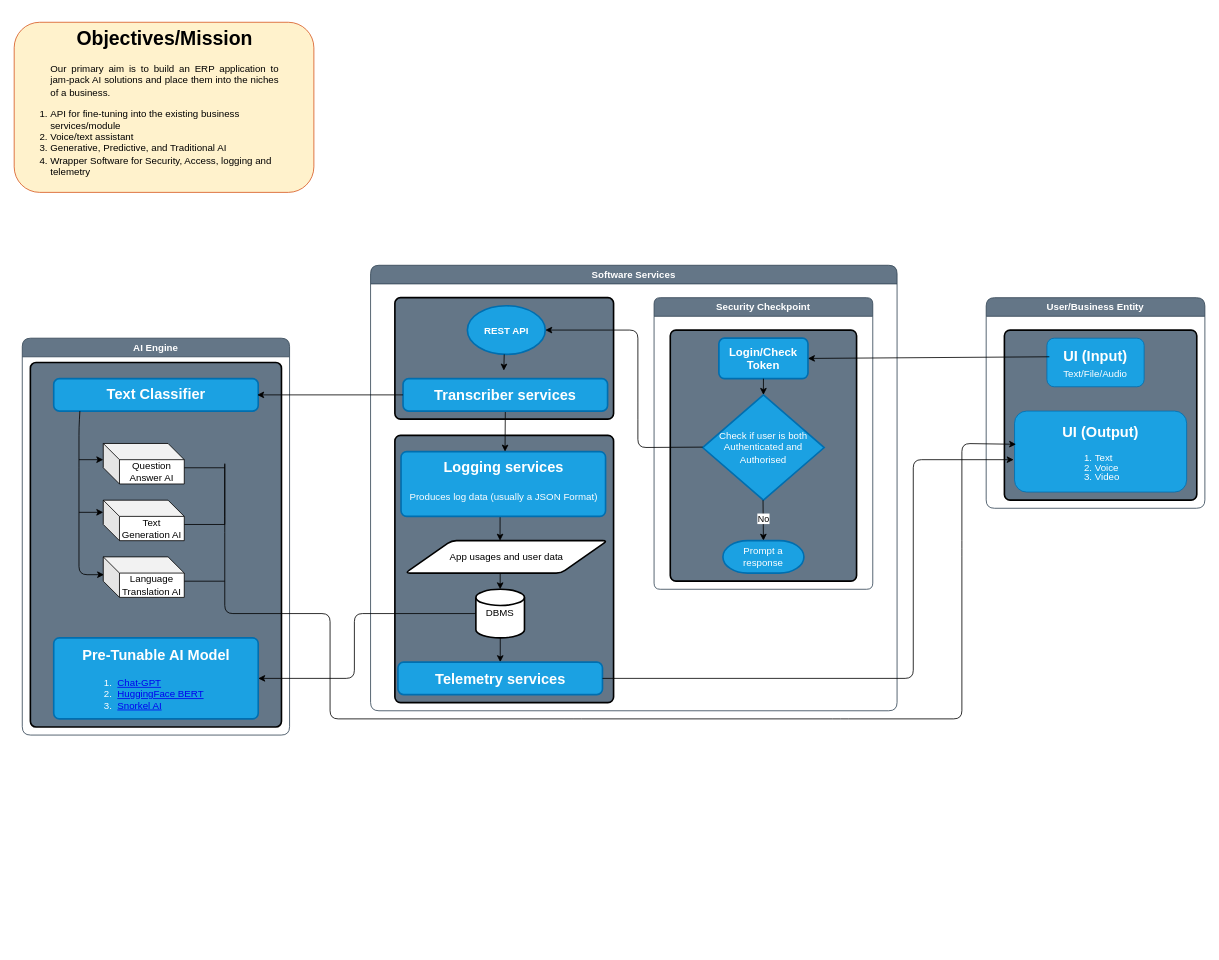
Before: System-Design.drawio in Pramosh-Sursa/AI-POC, a draw.io diagram. Source tidied: cells renumbered, new cells numbered last; positions are measured from the earlier drawing's top-left corner, leaving out a move shared by most shapes. Both pictures are drawn from the tidied source at 81%, with x=0, y=0 at pixel (14, 22).
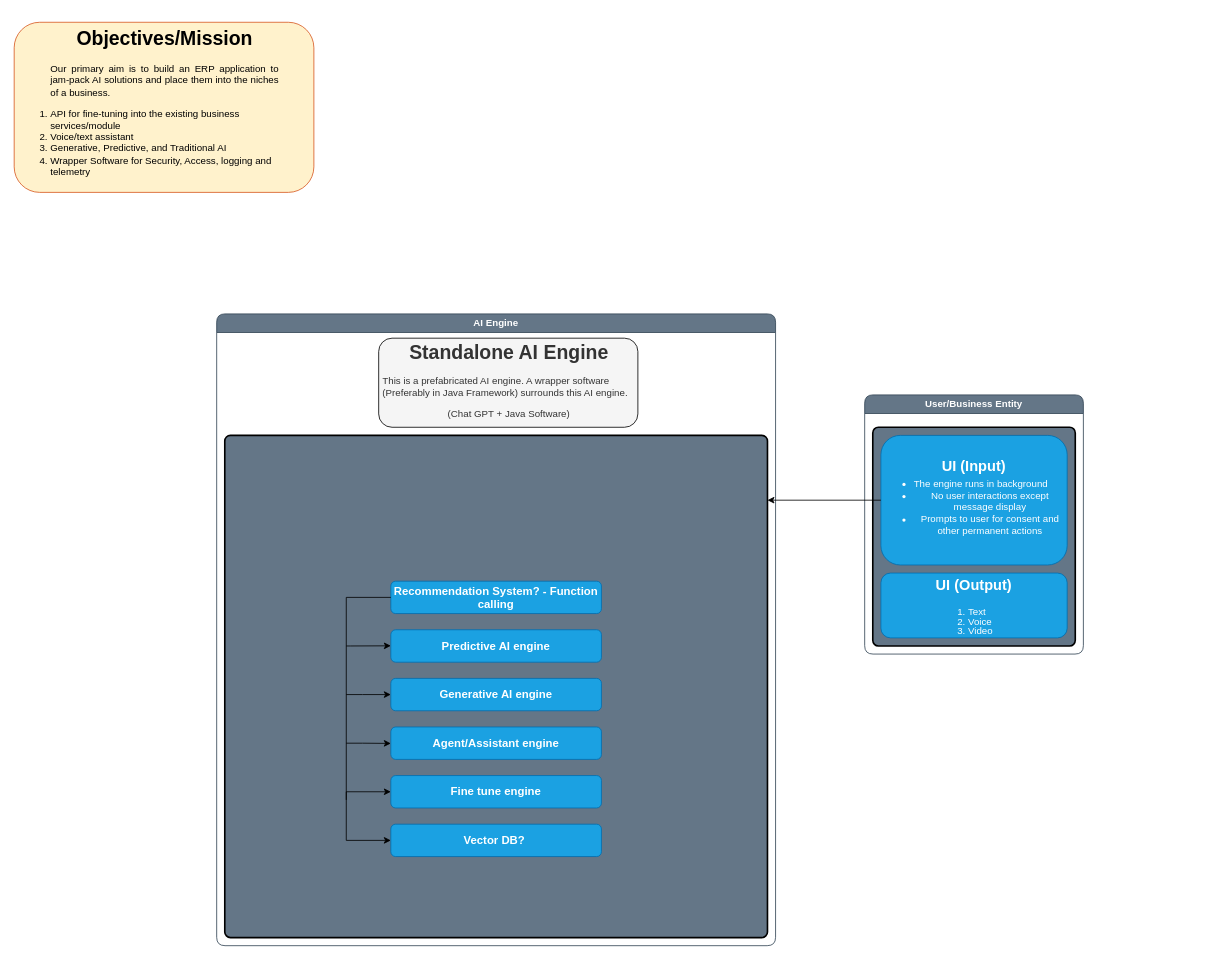
After the change.

Commit message:
Standalone AI engine

Change to the diagram source:
```diff
@@
     <mxCell id="2" value="&lt;div&gt;AI Engine&lt;/div&gt;" style="swimlane;whiteSpace=wrap;html=1;rounded=1;fillColor=#647687;fontColor=#ffffff;strokeColor=#314354;glass=0;fillStyle=auto;gradientColor=none;" parent="1" vertex="1">
-      <mxGeometry x="10" y="390" width="330" height="490" as="geometry" />
+      <mxGeometry x="250" y="360" width="690" height="780" as="geometry" />
     </mxCell>
     <mxCell id="3" style="rounded=1;whiteSpace=wrap;html=1;absoluteArcSize=1;arcSize=14;strokeWidth=2;fillColor=#647687;" parent="2" vertex="1">
-      <mxGeometry x="10" y="30" width="310" height="450" as="geometry" />
+      <mxGeometry x="10" y="150" width="670" height="620" as="geometry" />
     </mxCell>
-    <mxCell id="4" value="&lt;p style=&quot;line-height: 120%;&quot;&gt;&lt;/p&gt;&lt;h2 style=&quot;line-height: 120%;&quot;&gt;Text Classifier&lt;br&gt;&lt;/h2&gt;&lt;p&gt;&lt;/p&gt;" style="rounded=1;whiteSpace=wrap;html=1;absoluteArcSize=1;arcSize=14;strokeWidth=2;fillColor=#1ba1e2;fontColor=#ffffff;strokeColor=#006EAF;" parent="2" vertex="1">
-      <mxGeometry x="38.8" y="50" width="252.5" height="40" as="geometry" />
-    </mxCell>
-    <mxCell id="5" value="&lt;h2&gt;Pre-Tunable AI Model&lt;/h2&gt;&lt;div align=&quot;left&quot;&gt;&lt;ol&gt;&lt;li&gt;&amp;nbsp;&lt;a href=&quot;https://platform.openai.com/docs/guides/fine-tuning&quot;&gt;Chat-GPT&lt;/a&gt;&lt;/li&gt;&lt;li&gt;&amp;nbsp;&lt;a href=&quot;https://huggingface.co/distilbert-base-uncased&quot;&gt;HuggingFace BERT&lt;/a&gt;&lt;/li&gt;&lt;li&gt;&amp;nbsp;&lt;a href=&quot;https://snorkel.ai/snorkel-flow/model-training/&quot;&gt;Snorkel AI&lt;/a&gt;&lt;br&gt;&lt;/li&gt;&lt;/ol&gt;&lt;/div&gt;" style="rounded=1;whiteSpace=wrap;html=1;absoluteArcSize=1;arcSize=14;strokeWidth=2;fillColor=#1ba1e2;fontColor=#ffffff;strokeColor=#006EAF;" parent="2" vertex="1">
-      <mxGeometry x="38.8" y="370" width="252.5" height="100" as="geometry" />
-    </mxCell>
-    <mxCell id="6" value="Question Answer AI" style="shape=cube;whiteSpace=wrap;html=1;boundedLbl=1;backgroundOutline=1;darkOpacity=0.05;darkOpacity2=0.1;" parent="2" vertex="1">
-      <mxGeometry x="100" y="130" width="100" height="50" as="geometry" />
-    </mxCell>
-    <mxCell id="7" value="Text Generation AI" style="shape=cube;whiteSpace=wrap;html=1;boundedLbl=1;backgroundOutline=1;darkOpacity=0.05;darkOpacity2=0.1;" parent="2" vertex="1">
-      <mxGeometry x="100" y="200" width="100" height="50" as="geometry" />
-    </mxCell>
-    <mxCell id="8" style="endArrow=classic;html=1;rounded=1;exitX=0.128;exitY=1;exitDx=0;exitDy=0;exitPerimeter=0;entryX=0.01;entryY=0.44;entryDx=0;entryDy=0;entryPerimeter=0;" parent="2" edge="1" source="4" target="12">
-      <mxGeometry relative="1" as="geometry">
-        <Array as="points">
-          <mxPoint x="70" y="110" />
-          <mxPoint x="70" y="170" />
-          <mxPoint x="70" y="292" />
-        </Array>
-      </mxGeometry>
-    </mxCell>
-    <mxCell id="9" style="endArrow=classic;html=1;rounded=0;" parent="2" edge="1">
-      <mxGeometry relative="1" as="geometry">
-        <mxPoint x="70" y="150" as="sourcePoint" />
-        <mxPoint x="100" y="150" as="targetPoint" />
-      </mxGeometry>
-    </mxCell>
-    <mxCell id="10" style="endArrow=none;html=1;rounded=0;" parent="2" edge="1">
-      <mxGeometry relative="1" as="geometry">
-        <mxPoint x="200" y="160" as="sourcePoint" />
-        <mxPoint x="250" y="160" as="targetPoint" />
-      </mxGeometry>
-    </mxCell>
-    <mxCell id="11" style="endArrow=none;html=1;rounded=0;" parent="2" edge="1">
-      <mxGeometry relative="1" as="geometry">
-        <mxPoint x="200" y="230" as="sourcePoint" />
-        <mxPoint x="250" y="230" as="targetPoint" />
-      </mxGeometry>
-    </mxCell>
-    <mxCell id="12" value="Language Translation AI" style="shape=cube;whiteSpace=wrap;html=1;boundedLbl=1;backgroundOutline=1;darkOpacity=0.05;darkOpacity2=0.1;" parent="2" vertex="1">
-      <mxGeometry x="100" y="270" width="100" height="50" as="geometry" />
-    </mxCell>
-    <mxCell id="13" style="endArrow=classic;html=1;rounded=0;entryX=0;entryY=0;entryDx=0;entryDy=15;entryPerimeter=0;" parent="2" edge="1" target="7">
-      <mxGeometry relative="1" as="geometry">
-        <mxPoint x="70" y="215" as="sourcePoint" />
-      </mxGeometry>
-    </mxCell>
-    <mxCell id="14" style="endArrow=none;html=1;rounded=0;" parent="2" edge="1">
-      <mxGeometry relative="1" as="geometry">
-        <mxPoint x="200" y="300" as="sourcePoint" />
-        <mxPoint x="250" y="300" as="targetPoint" />
-      </mxGeometry>
-    </mxCell>
+    <mxCell id="49" value="&lt;h1 style=&quot;line-height: 100%;&quot; align=&quot;center&quot;&gt;Standalone AI Engine&lt;br&gt;&lt;/h1&gt;&lt;p style=&quot;line-height: 120%;&quot;&gt;This is a prefabricated AI engine. A wrapper software (Preferably in Java Framework) surrounds this AI engine.&lt;/p&gt;&lt;p style=&quot;line-height: 120%;&quot;&gt;&lt;/p&gt;&lt;div align=&quot;center&quot;&gt;(Chat GPT + Java Software)&lt;br&gt;&lt;/div&gt;&lt;p&gt;&lt;br&gt;&lt;/p&gt;&lt;p style=&quot;line-height: 120%;&quot;&gt;&lt;/p&gt;" style="text;html=1;strokeColor=#000000;fillColor=#f5f5f5;spacing=5;spacingTop=-20;whiteSpace=wrap;overflow=hidden;rounded=1;fontColor=#333333;glass=0;shadow=0;" parent="2" vertex="1">
+      <mxGeometry x="200" y="30" width="320" height="110" as="geometry" />
+    </mxCell>
+    <mxCell id="50" value="&lt;h3&gt;Recommendation System? - Function calling&lt;br&gt;&lt;/h3&gt;" style="rounded=1;whiteSpace=wrap;html=1;fillColor=#1ba1e2;fontColor=#ffffff;strokeColor=#006EAF;" parent="2" vertex="1">
+      <mxGeometry x="215" y="330" width="260" height="40" as="geometry" />
+    </mxCell>
+    <mxCell id="51" value="&lt;h3&gt;Predictive AI engine&lt;/h3&gt;" style="rounded=1;whiteSpace=wrap;html=1;fillColor=#1ba1e2;fontColor=#ffffff;strokeColor=#006EAF;" parent="2" vertex="1">
+      <mxGeometry x="215" y="390" width="260" height="40" as="geometry" />
+    </mxCell>
+    <mxCell id="52" value="&lt;h3&gt;Generative AI engine&lt;/h3&gt;" style="rounded=1;whiteSpace=wrap;html=1;fillColor=#1ba1e2;fontColor=#ffffff;strokeColor=#006EAF;" parent="2" vertex="1">
+      <mxGeometry x="215" y="450" width="260" height="40" as="geometry" />
+    </mxCell>
+    <mxCell id="53" value="&lt;h3&gt;Agent/Assistant engine&lt;/h3&gt;" style="rounded=1;whiteSpace=wrap;html=1;fillColor=#1ba1e2;fontColor=#ffffff;strokeColor=#006EAF;" parent="2" vertex="1">
+      <mxGeometry x="215" y="510" width="260" height="40" as="geometry" />
+    </mxCell>
+    <mxCell id="54" value="&lt;h3&gt;Fine tune engine&lt;/h3&gt;" style="rounded=1;whiteSpace=wrap;html=1;fillColor=#1ba1e2;fontColor=#ffffff;strokeColor=#006EAF;" parent="2" vertex="1">
+      <mxGeometry x="215" y="570" width="260" height="40" as="geometry" />
+    </mxCell>
+    <mxCell id="55" value="&lt;h3&gt;Vector DB?&amp;nbsp; &lt;br&gt;&lt;/h3&gt;" style="rounded=1;whiteSpace=wrap;html=1;fillColor=#1ba1e2;fontColor=#ffffff;strokeColor=#006EAF;" parent="2" vertex="1">
+      <mxGeometry x="215" y="630" width="260" height="40" as="geometry" />
+    </mxCell>
+    <mxCell id="56" style="endArrow=classic;html=1;rounded=0;edgeStyle=orthogonalEdgeStyle;entryX=0;entryY=0.5;entryDx=0;entryDy=0;shadow=0;" parent="2" edge="1" target="55">
+      <mxGeometry relative="1" as="geometry">
+        <mxPoint x="215" y="350" as="sourcePoint" />
+        <Array as="points">
+          <mxPoint x="160" y="350" />
+          <mxPoint x="160" y="650" />
+        </Array>
+      </mxGeometry>
+    </mxCell>
+    <mxCell id="57" style="endArrow=classic;html=1;rounded=0;edgeStyle=orthogonalEdgeStyle;" parent="2" edge="1">
+      <mxGeometry relative="1" as="geometry">
+        <mxPoint x="160" y="410" as="sourcePoint" />
+        <mxPoint x="215" y="409.8" as="targetPoint" />
+        <Array as="points">
+          <mxPoint x="165" y="409.8" />
+          <mxPoint x="165" y="409.8" />
+        </Array>
+      </mxGeometry>
+    </mxCell>
+    <mxCell id="58" style="endArrow=classic;html=1;rounded=0;edgeStyle=orthogonalEdgeStyle;entryX=0;entryY=0.5;entryDx=0;entryDy=0;" parent="2" edge="1" target="52">
+      <mxGeometry relative="1" as="geometry">
+        <mxPoint x="160" y="470" as="sourcePoint" />
+        <Array as="points">
+          <mxPoint x="180" y="470" />
+          <mxPoint x="180" y="470" />
+        </Array>
+      </mxGeometry>
+    </mxCell>
+    <mxCell id="59" style="endArrow=classic;html=1;rounded=0;edgeStyle=orthogonalEdgeStyle;entryX=0;entryY=0.5;entryDx=0;entryDy=0;" parent="2" edge="1">
+      <mxGeometry relative="1" as="geometry">
+        <mxPoint x="160" y="530" as="sourcePoint" />
+        <mxPoint x="215" y="530.3" as="targetPoint" />
+        <Array as="points">
+          <mxPoint x="180" y="529.3" />
+        </Array>
+      </mxGeometry>
+    </mxCell>
+    <mxCell id="60" style="endArrow=classic;html=1;rounded=0;edgeStyle=orthogonalEdgeStyle;entryX=0;entryY=0.5;entryDx=0;entryDy=0;" parent="2" edge="1" target="54">
+      <mxGeometry relative="1" as="geometry">
+        <mxPoint x="160" y="600" as="sourcePoint" />
+        <Array as="points">
+          <mxPoint x="160" y="590" />
+        </Array>
+      </mxGeometry>
+    </mxCell>
@@
     <mxCell id="16" value="User/Business Entity" style="swimlane;whiteSpace=wrap;html=1;rounded=1;fillColor=#647687;fontColor=#ffffff;strokeColor=#314354;" parent="1" vertex="1">
-      <mxGeometry x="1200" y="340" width="270" height="260" as="geometry" />
+      <mxGeometry x="1050" y="460" width="270" height="320" as="geometry" />
     </mxCell>
     <mxCell id="17" style="rounded=1;whiteSpace=wrap;html=1;absoluteArcSize=1;arcSize=14;strokeWidth=2;fillColor=#647687;" parent="16" vertex="1">
-      <mxGeometry x="22.5" y="40" width="237.5" height="210" as="geometry" />
+      <mxGeometry x="10" y="40" width="250" height="270" as="geometry" />
     </mxCell>
-    <mxCell id="18" value="&lt;h2 style=&quot;line-height: 0%;&quot;&gt;UI (Input)&lt;/h2&gt;&lt;div style=&quot;&quot;&gt;Text/File/Audio&lt;br&gt;&lt;/div&gt;" style="rounded=1;whiteSpace=wrap;html=1;fillColor=#1ba1e2;fontColor=#ffffff;strokeColor=#006EAF;" parent="16" vertex="1">
-      <mxGeometry x="75" y="50" width="120" height="60" as="geometry" />
+    <mxCell id="18" value="&lt;h2 style=&quot;line-height: 0%;&quot;&gt;UI (Input)&lt;/h2&gt;&lt;div&gt;&lt;ul&gt;&lt;li&gt;&lt;div align=&quot;left&quot;&gt;The engine runs in background&lt;/div&gt;&lt;/li&gt;&lt;li&gt;No user interactions except message display&lt;br&gt;&lt;/li&gt;&lt;li&gt;Prompts to user for consent and other permanent actions&lt;br&gt;&lt;/li&gt;&lt;/ul&gt;&lt;/div&gt;" style="rounded=1;whiteSpace=wrap;html=1;fillColor=#1ba1e2;fontColor=#ffffff;strokeColor=#006EAF;" parent="16" vertex="1">
+      <mxGeometry x="20" y="50" width="230" height="160" as="geometry" />
     </mxCell>
     <mxCell id="19" value="&lt;p style=&quot;line-height: 120%;&quot;&gt;&lt;/p&gt;&lt;h2&gt;UI (Output)&lt;/h2&gt;&lt;div align=&quot;left&quot;&gt;&lt;ol style=&quot;line-height: 100%;&quot;&gt;&lt;li&gt;Text&lt;/li&gt;&lt;li&gt;Voice&lt;/li&gt;&lt;li&gt;Video&lt;/li&gt;&lt;/ol&gt;&lt;/div&gt;&lt;p&gt;&lt;/p&gt;" style="rounded=1;whiteSpace=wrap;html=1;fillColor=#1ba1e2;fontColor=#ffffff;strokeColor=#006EAF;" parent="16" vertex="1">
-      <mxGeometry x="35" y="140" width="212.5" height="100" as="geometry" />
+      <mxGeometry x="20" y="220" width="230" height="80" as="geometry" />
     </mxCell>
-    <mxCell id="20" style="endArrow=classic;html=1;rounded=1;entryX=0.009;entryY=0.41;entryDx=0;entryDy=0;entryPerimeter=0;" parent="1" edge="1" target="19">
-      <mxGeometry relative="1" as="geometry">
-        <mxPoint x="260" y="620" as="sourcePoint" />
-        <Array as="points">
-          <mxPoint x="260" y="540" />
-          <mxPoint x="260" y="620" />
-          <mxPoint x="260" y="730" />
-          <mxPoint x="390" y="730" />
-          <mxPoint x="390" y="860" />
-          <mxPoint x="690" y="860" />
-          <mxPoint x="1020" y="860" />
-          <mxPoint x="1170" y="860" />
-          <mxPoint x="1170" y="650" />
-          <mxPoint x="1170" y="520" />
-        </Array>
-      </mxGeometry>
-    </mxCell>
-    <mxCell id="21" value="Software Services" style="swimlane;whiteSpace=wrap;html=1;rounded=1;fillColor=#647687;fontColor=#ffffff;strokeColor=#314354;glass=0;fillStyle=auto;gradientColor=none;" parent="1" vertex="1">
-      <mxGeometry x="440" y="300" width="650" height="550" as="geometry" />
-    </mxCell>
-    <mxCell id="22" style="rounded=1;whiteSpace=wrap;html=1;absoluteArcSize=1;arcSize=14;strokeWidth=2;fillColor=#647687;" parent="21" vertex="1">
-      <mxGeometry x="30" y="40" width="270" height="150" as="geometry" />
-    </mxCell>
-    <mxCell id="23" value="&lt;h3 style=&quot;line-height: 0%;&quot;&gt;&lt;b&gt;&lt;font style=&quot;font-size: 12px;&quot;&gt;REST API&lt;/font&gt;&lt;/b&gt;&lt;/h3&gt;" style="strokeWidth=2;html=1;shape=mxgraph.flowchart.start_1;whiteSpace=wrap;rounded=1;fillColor=#1ba1e2;fontColor=#ffffff;strokeColor=#006EAF;" parent="21" vertex="1">
-      <mxGeometry x="119.5" y="50" width="96.2" height="60" as="geometry" />
-    </mxCell>
-    <mxCell id="24" value="Security Checkpoint" style="swimlane;whiteSpace=wrap;html=1;rounded=1;fillColor=#647687;fontColor=#ffffff;strokeColor=#314354;arcSize=11;" parent="21" vertex="1">
-      <mxGeometry x="350" y="40" width="270" height="360" as="geometry" />
-    </mxCell>
-    <mxCell id="25" style="edgeStyle=orthogonalEdgeStyle;rounded=1;jettySize=auto;html=1;" parent="24" edge="1" source="27" target="28">
-      <mxGeometry relative="1" as="geometry" />
-    </mxCell>
-    <mxCell id="26" style="rounded=1;whiteSpace=wrap;html=1;absoluteArcSize=1;arcSize=14;strokeWidth=2;fillColor=#647687;" parent="24" vertex="1">
-      <mxGeometry x="20" y="40" width="230" height="310" as="geometry" />
-    </mxCell>
-    <mxCell id="27" value="&lt;h3&gt;Login/Check Token&lt;/h3&gt;" style="rounded=1;whiteSpace=wrap;html=1;absoluteArcSize=1;arcSize=14;strokeWidth=2;fillColor=#1ba1e2;fontColor=#ffffff;strokeColor=#006EAF;" parent="24" vertex="1">
-      <mxGeometry x="80" y="50" width="110" height="50" as="geometry" />
-    </mxCell>
-    <mxCell id="28" value="&lt;div&gt;Check if user is both&lt;br&gt;&lt;/div&gt;&lt;div&gt;Authenticated and Authorised&lt;br&gt;&lt;/div&gt;" style="strokeWidth=2;html=1;shape=mxgraph.flowchart.decision;whiteSpace=wrap;rounded=1;fillColor=#1ba1e2;fontColor=#ffffff;strokeColor=#006EAF;" parent="24" vertex="1">
-      <mxGeometry x="60" y="120" width="150" height="130" as="geometry" />
-    </mxCell>
-    <mxCell id="29" style="endArrow=classic;html=1;rounded=1;entryX=0.5;entryY=0;entryDx=0;entryDy=0;entryPerimeter=0;" parent="24" edge="1" target="31">
-      <mxGeometry relative="1" as="geometry">
-        <mxPoint x="134.5" y="250" as="sourcePoint" />
-      </mxGeometry>
-    </mxCell>
-    <mxCell id="30" value="&lt;div&gt;No&lt;/div&gt;" style="edgeLabel;html=1;align=center;verticalAlign=middle;" parent="29" vertex="1">
-      <mxGeometry x="-0.14" y="-2" relative="1" as="geometry">
-        <mxPoint x="2" as="offset" />
-      </mxGeometry>
-    </mxCell>
-    <mxCell id="31" value="&lt;div&gt;Prompt a response&lt;/div&gt;" style="strokeWidth=2;html=1;shape=mxgraph.flowchart.terminator;whiteSpace=wrap;rounded=1;fillColor=#1ba1e2;fontColor=#ffffff;strokeColor=#006EAF;" parent="24" vertex="1">
-      <mxGeometry x="85" y="300" width="100" height="40" as="geometry" />
-    </mxCell>
-    <mxCell id="32" style="endArrow=classic;html=1;rounded=1;entryX=1;entryY=0.5;entryDx=0;entryDy=0;entryPerimeter=0;" parent="24" edge="1" target="23">
-      <mxGeometry relative="1" as="geometry">
-        <mxPoint x="60" y="184.5" as="sourcePoint" />
-        <Array as="points">
-          <mxPoint x="60" y="184.5" />
-          <mxPoint x="-20" y="185" />
-          <mxPoint x="-20" y="140" />
-          <mxPoint x="-20" y="40" />
-        </Array>
-      </mxGeometry>
-    </mxCell>
-    <mxCell id="33" style="endArrow=classic;html=1;rounded=1;entryX=0.5;entryY=0;entryDx=0;entryDy=0;entryPerimeter=0;exitX=0.5;exitY=1;exitDx=0;exitDy=0;" parent="24" edge="1" source="27">
-      <mxGeometry relative="1" as="geometry">
-        <mxPoint x="135" y="120" as="targetPoint" />
-      </mxGeometry>
-    </mxCell>
-    <mxCell id="34" style="rounded=1;whiteSpace=wrap;html=1;absoluteArcSize=1;arcSize=14;strokeWidth=2;fillColor=#647687;" parent="21" vertex="1">
-      <mxGeometry x="30" y="210" width="270" height="330" as="geometry" />
-    </mxCell>
-    <mxCell id="35" style="edgeStyle=orthogonalEdgeStyle;rounded=0;jettySize=auto;html=1;entryX=0.5;entryY=0;entryDx=0;entryDy=0;" parent="21" edge="1" source="36" target="41">
-      <mxGeometry relative="1" as="geometry">
-        <Array as="points">
-          <mxPoint x="160" y="480" />
-        </Array>
-      </mxGeometry>
-    </mxCell>
-    <mxCell id="36" value="DBMS" style="strokeWidth=2;html=1;shape=mxgraph.flowchart.database;whiteSpace=wrap;" parent="21" vertex="1">
-      <mxGeometry x="130" y="400" width="60" height="60" as="geometry" />
-    </mxCell>
-    <mxCell id="37" value="App usages and user data " style="shape=parallelogram;html=1;strokeWidth=2;perimeter=parallelogramPerimeter;whiteSpace=wrap;rounded=1;arcSize=12;size=0.23;" parent="21" vertex="1">
-      <mxGeometry x="42.6" y="340" width="250" height="40" as="geometry" />
-    </mxCell>
-    <mxCell id="38" style="edgeStyle=orthogonalEdgeStyle;rounded=0;jettySize=auto;html=1;exitX=0.5;exitY=1;exitDx=0;exitDy=0;entryX=0.469;entryY=0;entryDx=0;entryDy=0;entryPerimeter=0;" parent="21" edge="1" source="39" target="37">
-      <mxGeometry relative="1" as="geometry" />
-    </mxCell>
-    <mxCell id="39" value="&lt;p style=&quot;line-height: 120%;&quot;&gt;&lt;/p&gt;&lt;h2 style=&quot;line-height: 0%;&quot;&gt;Logging services&lt;br&gt;&lt;/h2&gt;&lt;div&gt;&lt;br&gt;&lt;/div&gt;&lt;div style=&quot;line-height: 120%;&quot;&gt;Produces log data (usually a JSON Format)&lt;/div&gt;&lt;p&gt;&lt;/p&gt;" style="rounded=1;whiteSpace=wrap;html=1;absoluteArcSize=1;arcSize=14;strokeWidth=2;fillColor=#1ba1e2;fontColor=#ffffff;strokeColor=#006EAF;" parent="21" vertex="1">
-      <mxGeometry x="37.6" y="230" width="252.5" height="80" as="geometry" />
-    </mxCell>
-    <mxCell id="40" style="endArrow=classic;html=1;rounded=0;exitX=0.5;exitY=1;exitDx=0;exitDy=0;" parent="21" edge="1" source="42">
-      <mxGeometry relative="1" as="geometry">
-        <mxPoint x="166" y="230" as="targetPoint" />
-      </mxGeometry>
-    </mxCell>
-    <mxCell id="41" value="&lt;p style=&quot;line-height: 120%;&quot;&gt;&lt;/p&gt;&lt;h2 style=&quot;line-height: 0%;&quot;&gt;Telemetry services&lt;br&gt;&lt;/h2&gt;&lt;p&gt;&lt;/p&gt;" style="rounded=1;whiteSpace=wrap;html=1;absoluteArcSize=1;arcSize=14;strokeWidth=2;fillColor=#1ba1e2;fontColor=#ffffff;strokeColor=#006EAF;" parent="21" vertex="1">
-      <mxGeometry x="33.8" y="490" width="252.5" height="40" as="geometry" />
-    </mxCell>
-    <mxCell id="42" value="&lt;p style=&quot;line-height: 120%;&quot;&gt;&lt;/p&gt;&lt;h2 style=&quot;line-height: 0%;&quot;&gt;Transcriber services&lt;br&gt;&lt;/h2&gt;&lt;p&gt;&lt;/p&gt;" style="rounded=1;whiteSpace=wrap;html=1;absoluteArcSize=1;arcSize=14;strokeWidth=2;fillColor=#1ba1e2;fontColor=#ffffff;strokeColor=#006EAF;" parent="21" vertex="1">
-      <mxGeometry x="40.1" y="140" width="252.5" height="40" as="geometry" />
-    </mxCell>
-    <mxCell id="43" style="endArrow=classic;html=1;rounded=0;entryX=0.5;entryY=0;entryDx=0;entryDy=0;" parent="21" edge="1">
-      <mxGeometry relative="1" as="geometry">
-        <mxPoint x="165" y="110" as="sourcePoint" />
-        <mxPoint x="164.5" y="130" as="targetPoint" />
-      </mxGeometry>
-    </mxCell>
-    <mxCell id="44" style="endArrow=classic;html=1;rounded=0;entryX=0.5;entryY=0;entryDx=0;entryDy=0;entryPerimeter=0;" parent="21" edge="1" target="36">
-      <mxGeometry relative="1" as="geometry">
-        <mxPoint x="160" y="380" as="sourcePoint" />
-      </mxGeometry>
-    </mxCell>
-    <mxCell id="45" style="endArrow=classic;html=1;rounded=0;entryX=0.995;entryY=0.5;entryDx=0;entryDy=0;exitX=0;exitY=0.5;exitDx=0;exitDy=0;entryPerimeter=0;" parent="1" edge="1" source="42" target="4">
-      <mxGeometry relative="1" as="geometry" />
-    </mxCell>
-    <mxCell id="46" style="endArrow=classic;html=1;rounded=0;entryX=1;entryY=0.5;entryDx=0;entryDy=0;exitX=0.025;exitY=0.383;exitDx=0;exitDy=0;exitPerimeter=0;" parent="1" edge="1" source="18" target="27">
-      <mxGeometry relative="1" as="geometry" />
-    </mxCell>
-    <mxCell id="47" style="endArrow=classic;html=1;rounded=1;entryX=-0.005;entryY=0.6;entryDx=0;entryDy=0;entryPerimeter=0;exitX=1;exitY=0.5;exitDx=0;exitDy=0;" parent="1" edge="1" source="41" target="19">
-      <mxGeometry relative="1" as="geometry">
-        <Array as="points">
-          <mxPoint x="1110" y="810" />
-          <mxPoint x="1110" y="540" />
-        </Array>
-      </mxGeometry>
-    </mxCell>
-    <mxCell id="48" style="endArrow=classic;html=1;rounded=1;entryX=1;entryY=0.5;entryDx=0;entryDy=0;exitX=0;exitY=0.5;exitDx=0;exitDy=0;exitPerimeter=0;" parent="1" edge="1" source="36" target="5">
-      <mxGeometry relative="1" as="geometry">
-        <Array as="points">
-          <mxPoint x="420" y="730" />
-          <mxPoint x="420" y="810" />
-        </Array>
-      </mxGeometry>
-    </mxCell>
+    <mxCell id="61" style="endArrow=classic;html=1;rounded=0;edgeStyle=orthogonalEdgeStyle;exitX=0;exitY=0.5;exitDx=0;exitDy=0;" parent="1" edge="1">
+      <mxGeometry relative="1" as="geometry">
+        <mxPoint x="1070" y="590" as="sourcePoint" />
+        <mxPoint x="930" y="590" as="targetPoint" />
+      </mxGeometry>
+    </mxCell>
```
